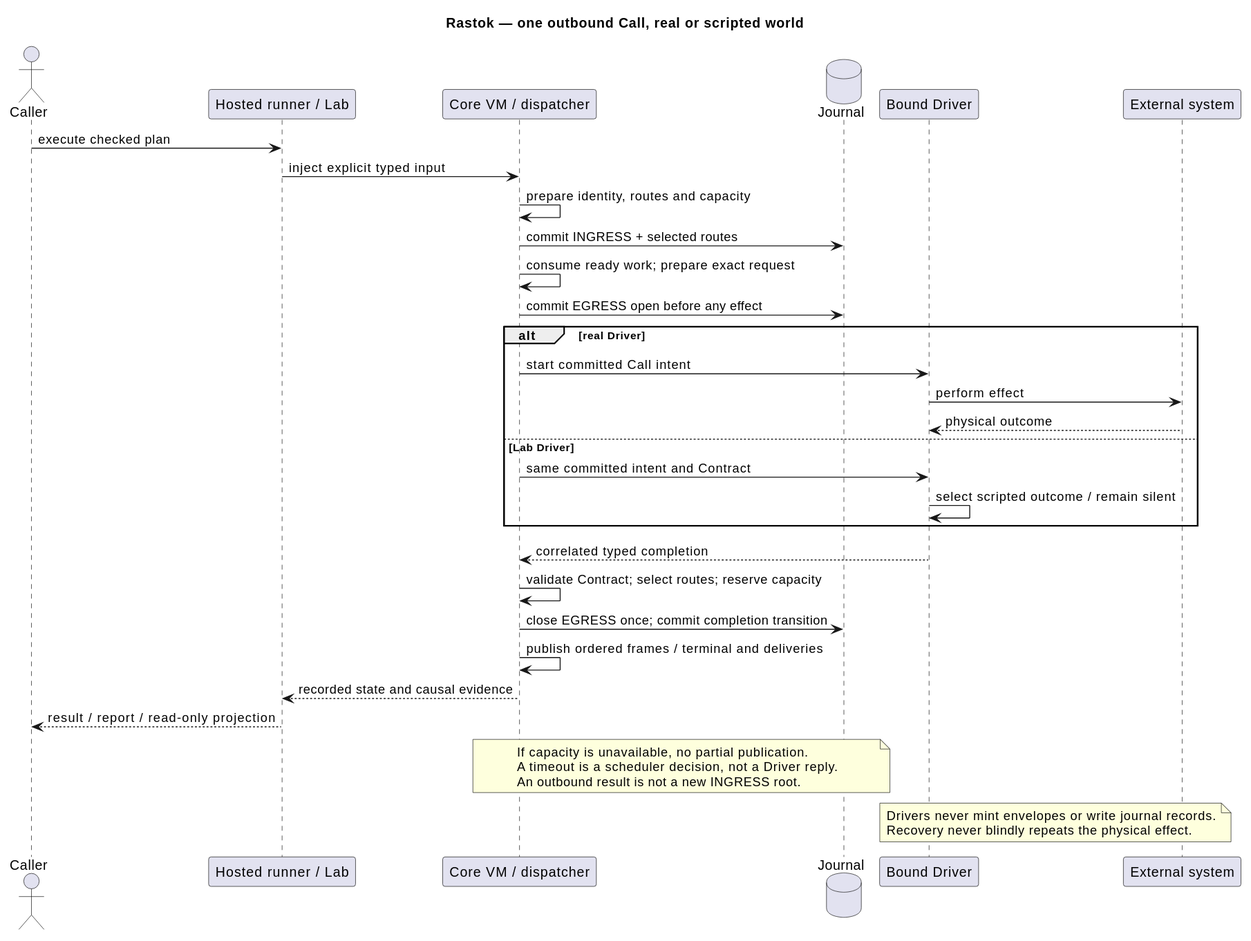
Above: docs/architecture/04-app-lab-effect-cycle.svg in rastok-io/rastok (PlantUML), before the change.
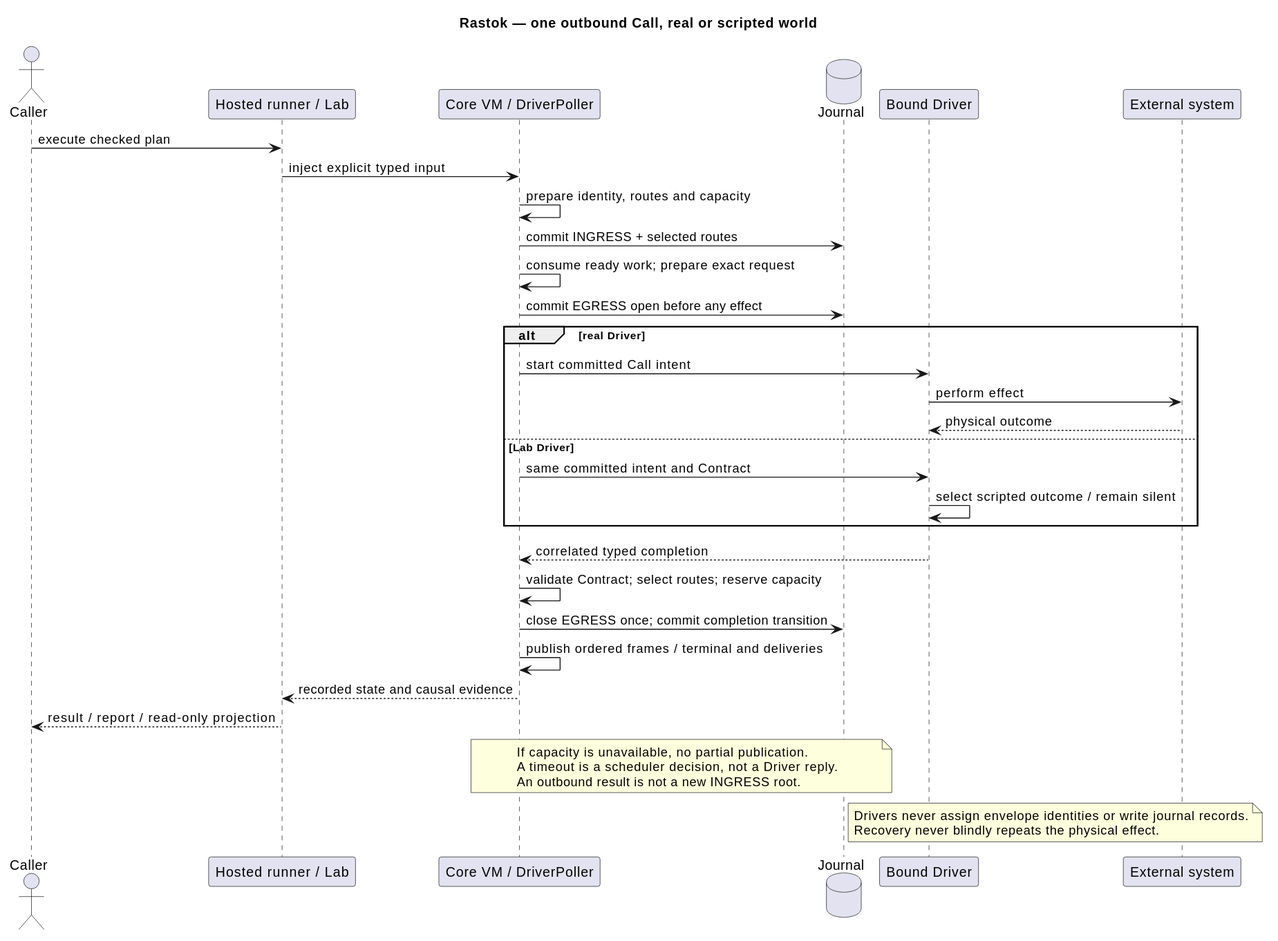
The same diagram one commit later.

What changed in the source:
```diff
@@ -5,7 +5,7 @@
 
 actor Caller
 participant "Hosted runner / Lab" as Entry
-participant "Core VM / dispatcher" as Core
+participant "Core VM / DriverPoller" as Core
 database "Journal" as Journal
 participant "Bound Driver" as Driver
 participant "External system" as World
@@ -39,7 +39,7 @@
 An outbound result is not a new INGRESS root.
 end note
 note over Driver,World
-Drivers never mint envelopes or write journal records.
+Drivers never assign envelope identities or write journal records.
 Recovery never blindly repeats the physical effect.
 end note
 @enduml
```
